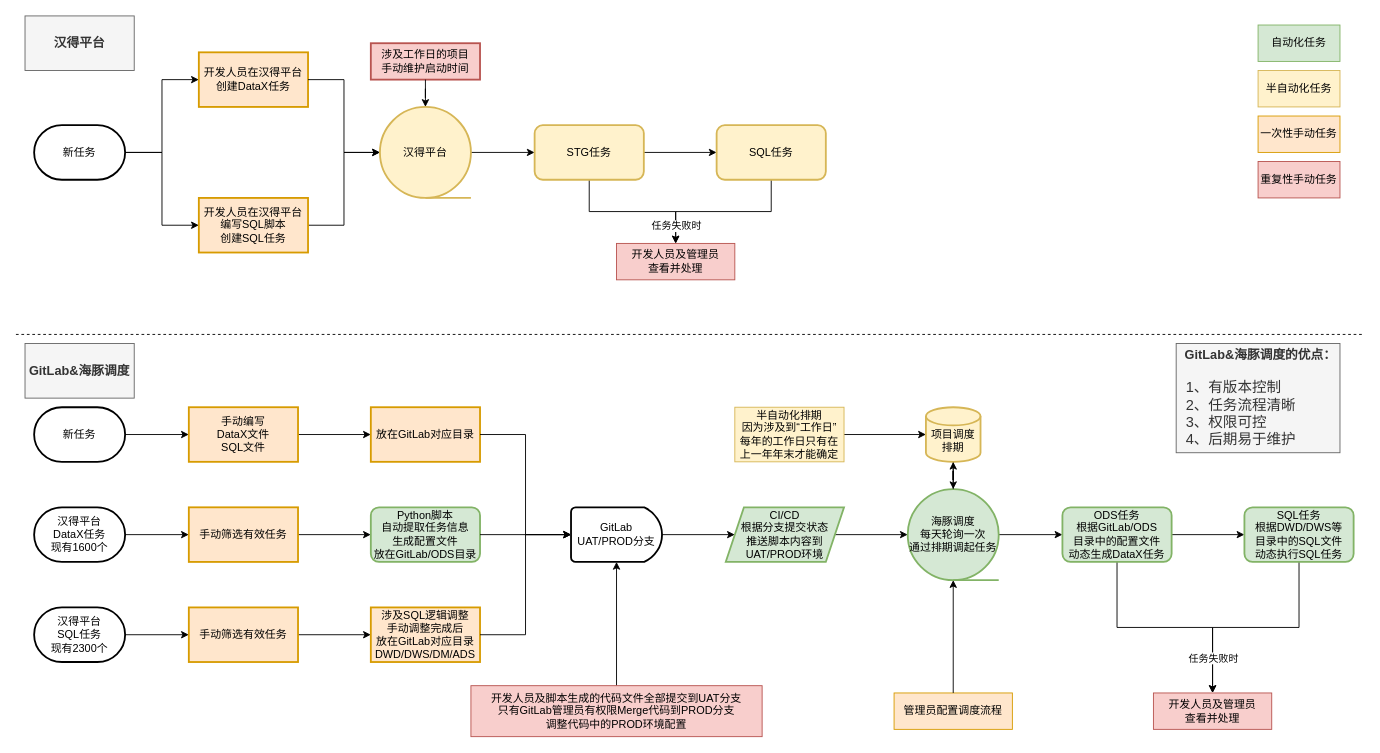
Above: Sinoeyes/Draw创建测试.drawio in adonis-lau/Draw (draw.io), before the change. Source tidied: cells renumbered, new cells numbered last; positions are measured from the earlier drawing's top-left corner, leaving out a move shared by most shapes. Both pictures are drawn from the tidied source at 91%, with x=0, y=0 at pixel (15, 15).
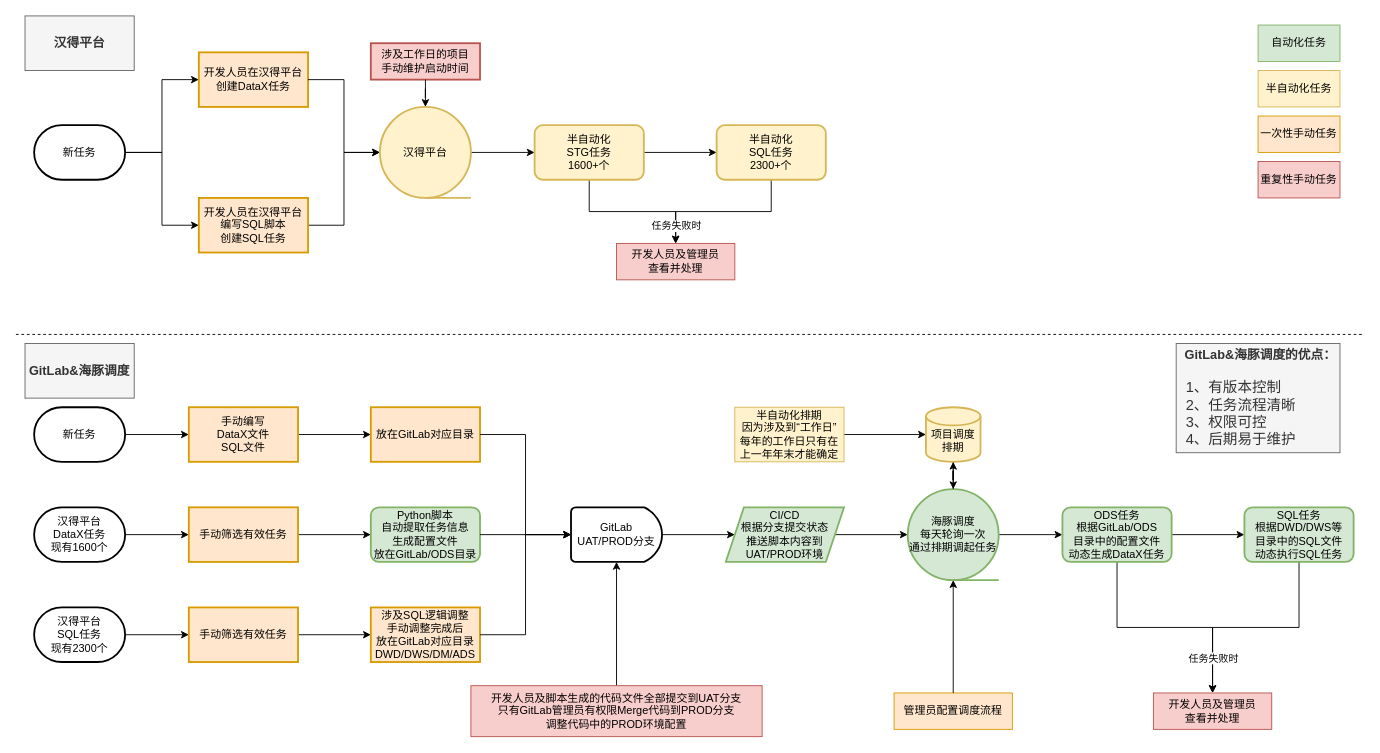
After the change.

Commit message:
修改汉得平台任务描述

What changed in the source:
```diff
@@
-    <mxCell id="55" value="STG任务" style="rounded=1;whiteSpace=wrap;html=1;fillColor=#fff2cc;strokeColor=#d6b656;strokeWidth=2;" parent="1" vertex="1">
+    <mxCell id="55" value="半自动化&lt;br&gt;STG任务&lt;br&gt;1600+个" style="rounded=1;whiteSpace=wrap;html=1;fillColor=#fff2cc;strokeColor=#d6b656;strokeWidth=2;" parent="1" vertex="1">
       <mxGeometry x="570" y="120" width="120" height="60" as="geometry" />
     </mxCell>
@@
-    <mxCell id="58" value="SQL任务" style="whiteSpace=wrap;html=1;fillColor=#fff2cc;strokeColor=#d6b656;rounded=1;strokeWidth=2;" parent="1" vertex="1">
+    <mxCell id="58" value="半自动化&lt;br&gt;SQL任务&lt;br&gt;2300+个" style="whiteSpace=wrap;html=1;fillColor=#fff2cc;strokeColor=#d6b656;rounded=1;strokeWidth=2;" parent="1" vertex="1">
       <mxGeometry x="770" y="120" width="120" height="60" as="geometry" />
     </mxCell>
```
